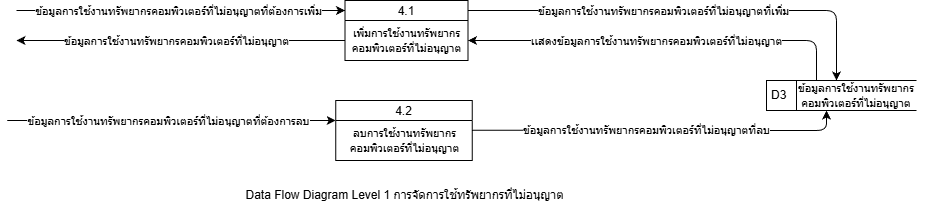
This is drawio/system_diagram/png/DFDL1_4.png from PatcharaphonKoosomsarp/FACE-EXAM, a draw.io export, as it was before one commit. Source tidied: cells renumbered, new cells last; positions are measured from the earlier drawing's top-left corner, leaving out a move shared by most shapes.
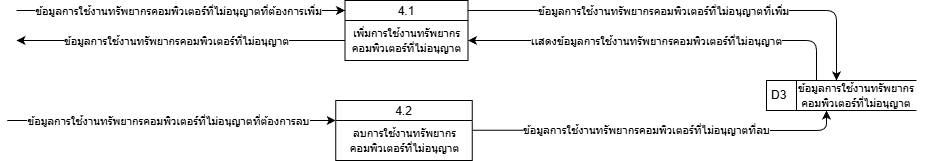
After the change.

What changed in the source:
```diff
@@ -98,8 +98,5 @@
         <mxPoint x="63" y="1" as="offset" />
       </mxGeometry>
     </mxCell>
-    <mxCell id="21" value="Data Flow Diagram Level 1 การจัดการใช้ทรัพยากรที่ไม่อนุญาต" style="text;html=1;align=center;verticalAlign=middle;strokeColor=none;fillColor=none;" parent="1" vertex="1">
-      <mxGeometry x="226.5" y="180" width="340" height="30" as="geometry" />
-    </mxCell>
   </root>
 </mxGraphModel>
```
